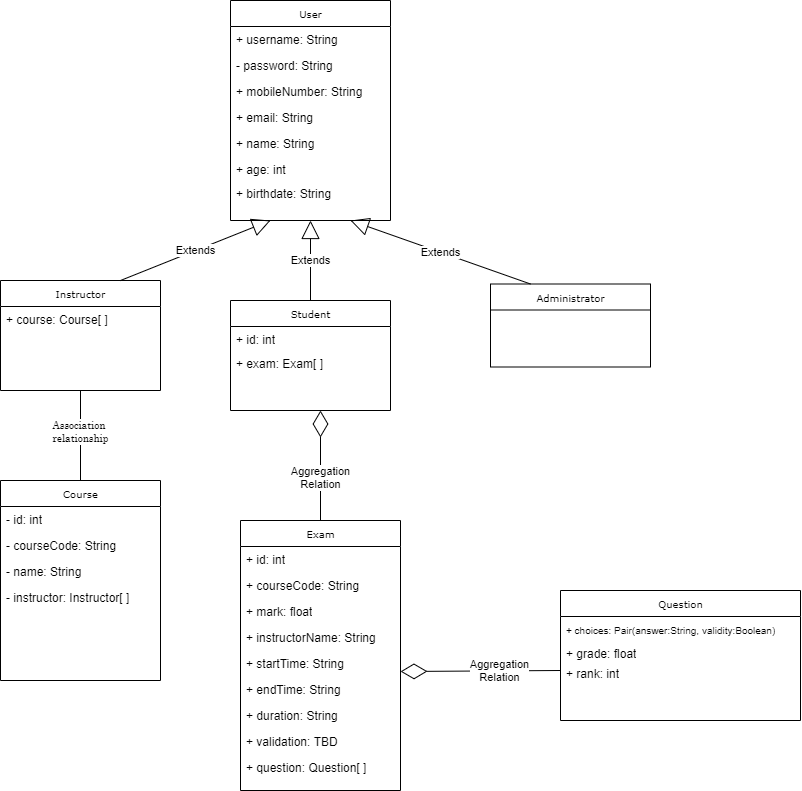
aymanred121/Examination-Management-System keeps this draw.io diagram as UML.png. Above is the earlier version. Source tidied: cells renumbered, new cells last; positions are measured from the earlier drawing's top-left corner, leaving out a move shared by most shapes.
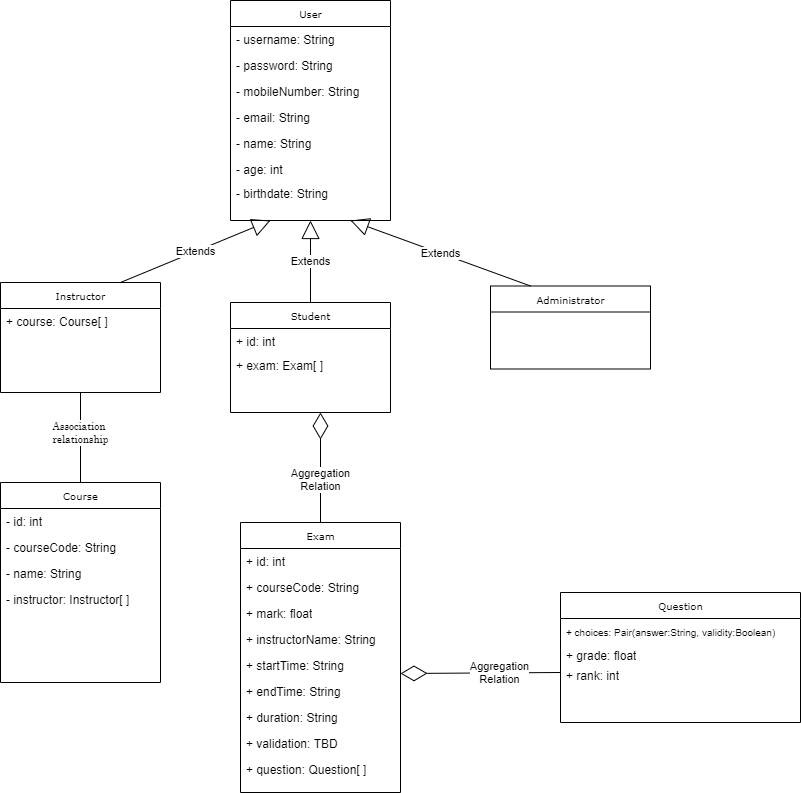
After the change.

Change to the diagram source:
```diff
@@ -33,27 +33,27 @@
       <mxGeometry y="234" width="160" height="26" as="geometry" />
     </mxCell>
     <mxCell id="12" value="User" style="swimlane;html=1;fontStyle=0;horizontal=1;startSize=26;fillColor=none;swimlaneFillColor=#ffffff;rounded=0;shadow=0;comic=0;labelBackgroundColor=none;strokeWidth=1;fontFamily=Verdana;fontSize=10;align=center;" parent="1" vertex="1">
-      <mxGeometry x="230" width="160" height="220" as="geometry" />
+      <mxGeometry x="230" y="-2" width="160" height="220" as="geometry" />
     </mxCell>
-    <mxCell id="13" value="+ username: String" style="text;html=1;strokeColor=none;fillColor=none;align=left;verticalAlign=top;spacingLeft=4;spacingRight=4;whiteSpace=wrap;overflow=hidden;" parent="12" vertex="1">
+    <mxCell id="13" value="- username: String" style="text;html=1;strokeColor=none;fillColor=none;align=left;verticalAlign=top;spacingLeft=4;spacingRight=4;whiteSpace=wrap;overflow=hidden;" parent="12" vertex="1">
       <mxGeometry y="26" width="160" height="26" as="geometry" />
     </mxCell>
     <mxCell id="14" value="- password: String" style="text;html=1;strokeColor=none;fillColor=none;align=left;verticalAlign=top;spacingLeft=4;spacingRight=4;whiteSpace=wrap;overflow=hidden;" parent="12" vertex="1">
       <mxGeometry y="52" width="160" height="26" as="geometry" />
     </mxCell>
-    <mxCell id="15" value="+ mobileNumber: String" style="text;html=1;strokeColor=none;fillColor=none;align=left;verticalAlign=top;spacingLeft=4;spacingRight=4;whiteSpace=wrap;overflow=hidden;" parent="12" vertex="1">
+    <mxCell id="15" value="- mobileNumber: String" style="text;html=1;strokeColor=none;fillColor=none;align=left;verticalAlign=top;spacingLeft=4;spacingRight=4;whiteSpace=wrap;overflow=hidden;" parent="12" vertex="1">
       <mxGeometry y="78" width="160" height="26" as="geometry" />
     </mxCell>
-    <mxCell id="16" value="+ email: String" style="text;html=1;strokeColor=none;fillColor=none;align=left;verticalAlign=top;spacingLeft=4;spacingRight=4;whiteSpace=wrap;overflow=hidden;" parent="12" vertex="1">
+    <mxCell id="16" value="- email: String" style="text;html=1;strokeColor=none;fillColor=none;align=left;verticalAlign=top;spacingLeft=4;spacingRight=4;whiteSpace=wrap;overflow=hidden;" parent="12" vertex="1">
       <mxGeometry y="104" width="160" height="26" as="geometry" />
     </mxCell>
-    <mxCell id="17" value="+ name: String" style="text;html=1;strokeColor=none;fillColor=none;align=left;verticalAlign=top;spacingLeft=4;spacingRight=4;whiteSpace=wrap;overflow=hidden;" parent="12" vertex="1">
+    <mxCell id="17" value="- name: String" style="text;html=1;strokeColor=none;fillColor=none;align=left;verticalAlign=top;spacingLeft=4;spacingRight=4;whiteSpace=wrap;overflow=hidden;" parent="12" vertex="1">
       <mxGeometry y="130" width="160" height="26" as="geometry" />
     </mxCell>
-    <mxCell id="18" value="+ age: int" style="text;html=1;strokeColor=none;fillColor=none;align=left;verticalAlign=top;spacingLeft=4;spacingRight=4;whiteSpace=wrap;overflow=hidden;" parent="12" vertex="1">
+    <mxCell id="18" value="- age: int" style="text;html=1;strokeColor=none;fillColor=none;align=left;verticalAlign=top;spacingLeft=4;spacingRight=4;whiteSpace=wrap;overflow=hidden;" parent="12" vertex="1">
       <mxGeometry y="156" width="160" height="24" as="geometry" />
     </mxCell>
-    <mxCell id="19" value="+ birthdate: String" style="text;html=1;strokeColor=none;fillColor=none;align=left;verticalAlign=top;spacingLeft=4;spacingRight=4;whiteSpace=wrap;overflow=hidden;" parent="12" vertex="1">
+    <mxCell id="19" value="- birthdate: String" style="text;html=1;strokeColor=none;fillColor=none;align=left;verticalAlign=top;spacingLeft=4;spacingRight=4;whiteSpace=wrap;overflow=hidden;" parent="12" vertex="1">
       <mxGeometry y="180" width="160" height="26" as="geometry" />
     </mxCell>
     <mxCell id="20" value="Instructor" style="swimlane;html=1;fontStyle=0;horizontal=1;startSize=26;fillColor=none;swimlaneFillColor=#ffffff;rounded=0;shadow=0;comic=0;labelBackgroundColor=none;strokeWidth=1;fontFamily=Verdana;fontSize=10;align=center;" parent="1" vertex="1">
```
